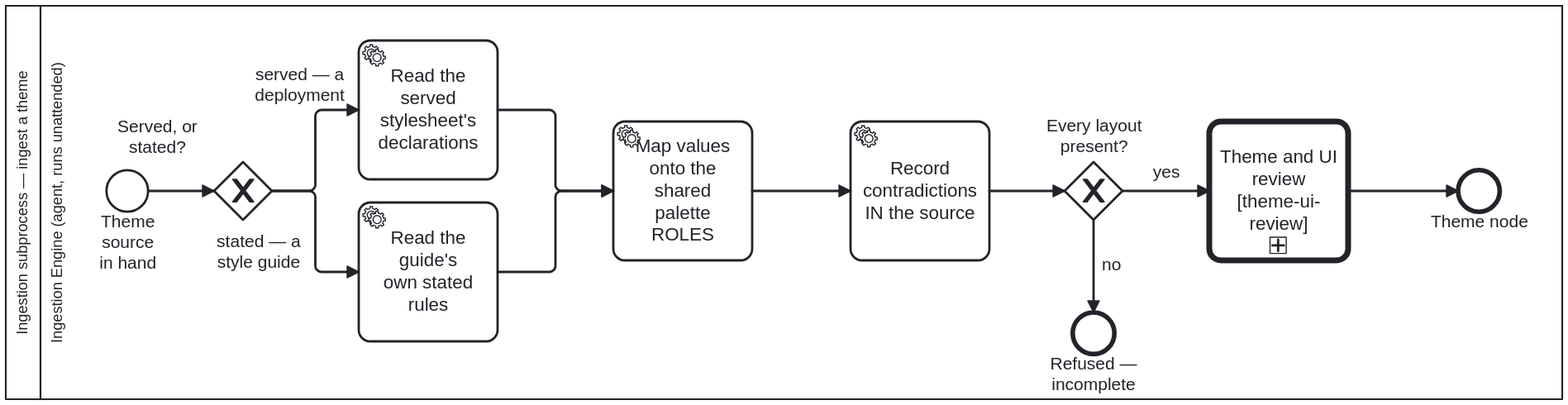
Above: docs/assets/img/workflows/ingest-theme.svg in litlfred/cat-harness (BPMN), before the change. Its source is kept beside it as processes/ui/ingest-theme.bpmn. Ids are renumbered.
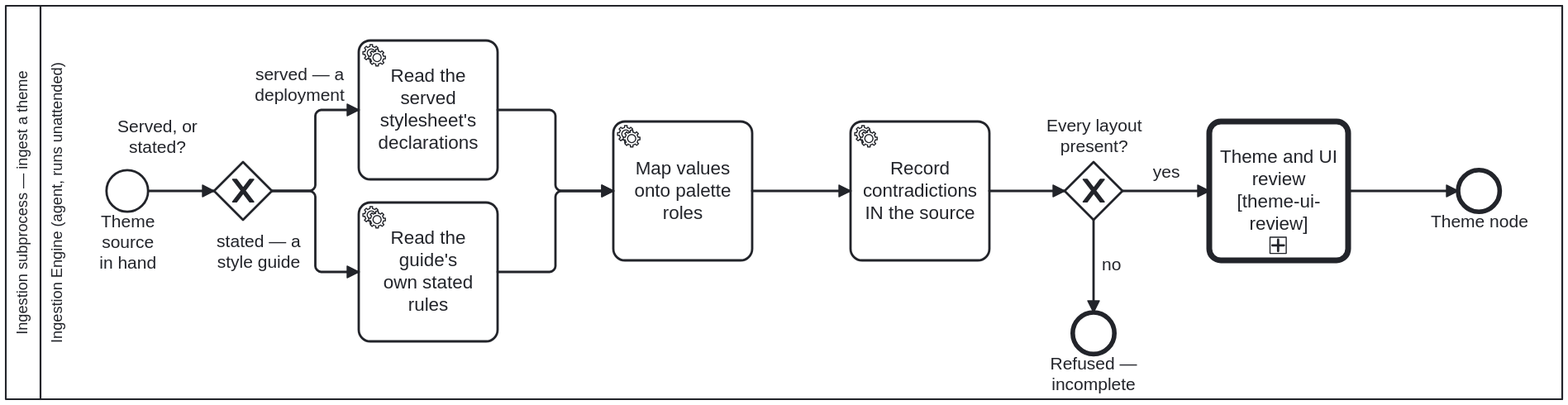
Above is the later version.

The edit, as a diff of the source:
```diff
@@ -88,8 +88,7 @@
       <bpmn:incoming>Flow_t3</bpmn:incoming>
       <bpmn:outgoing>Flow_t5</bpmn:outgoing>
     </bpmn:serviceTask>
-    <bpmn:serviceTask id="Task_MapRoles" name="Map values onto the
-shared palette ROLES">
+    <bpmn:serviceTask id="Task_MapRoles" name="Map values onto palette roles">
       <bpmn:documentation>surface / ink / edge / accent, shared across every kind. A palette per kind would be three spellings of "accent colour", free to disagree about what an accent IS. Where the source is SILENT on a role, say so and mark the value a choice rather than dressing an invention as a measurement.</bpmn:documentation>
       <bpmn:extensionElements>
         <bootstrap.processes:skill ref="theme-art-intake" />
```
